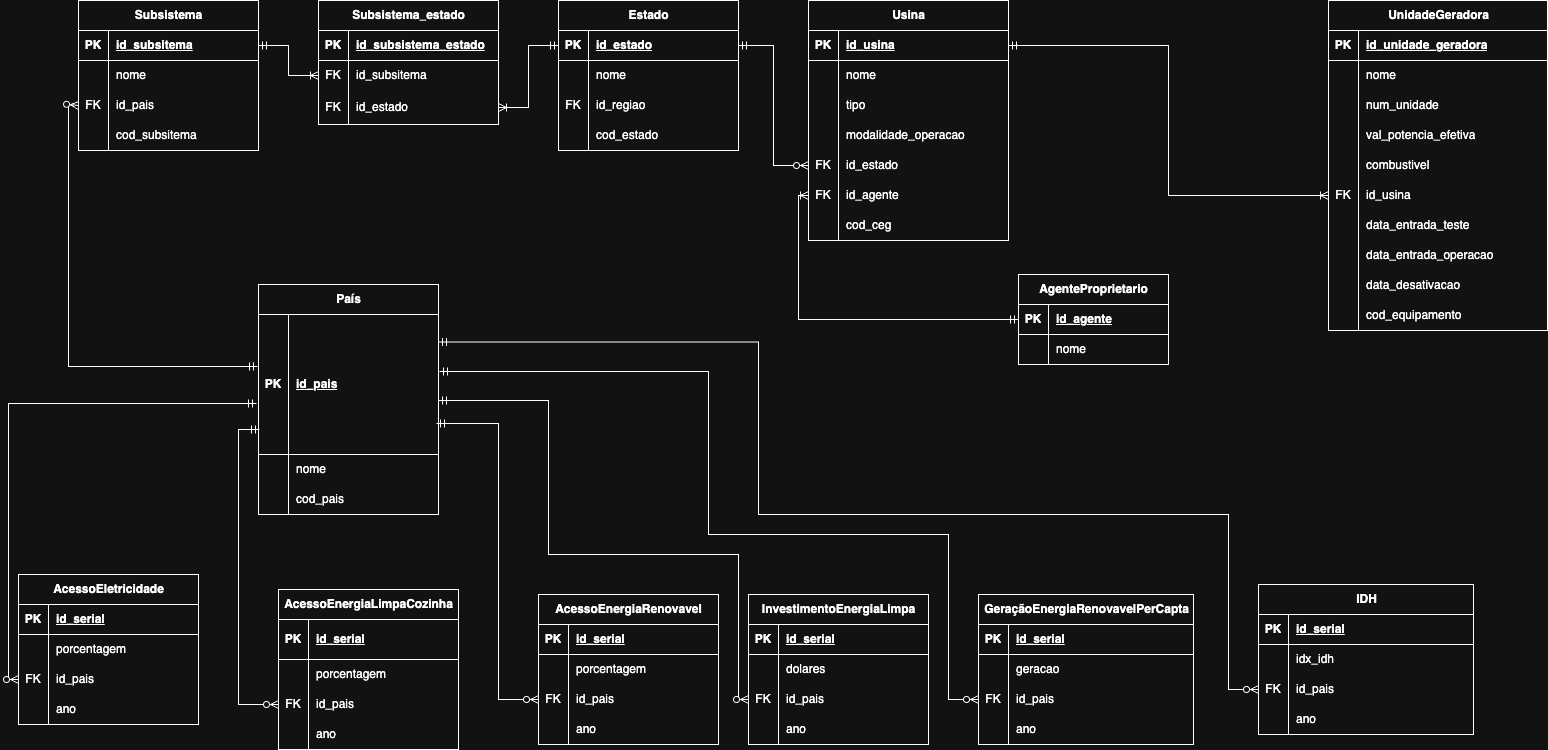
Above: models/Relational_Model.png in Pedrovmc04/MC536-Projeto1 (draw.io), before the change. Source tidied: cells renumbered, new cells last; positions are measured from the earlier drawing's top-left corner, leaving out a move shared by most shapes.
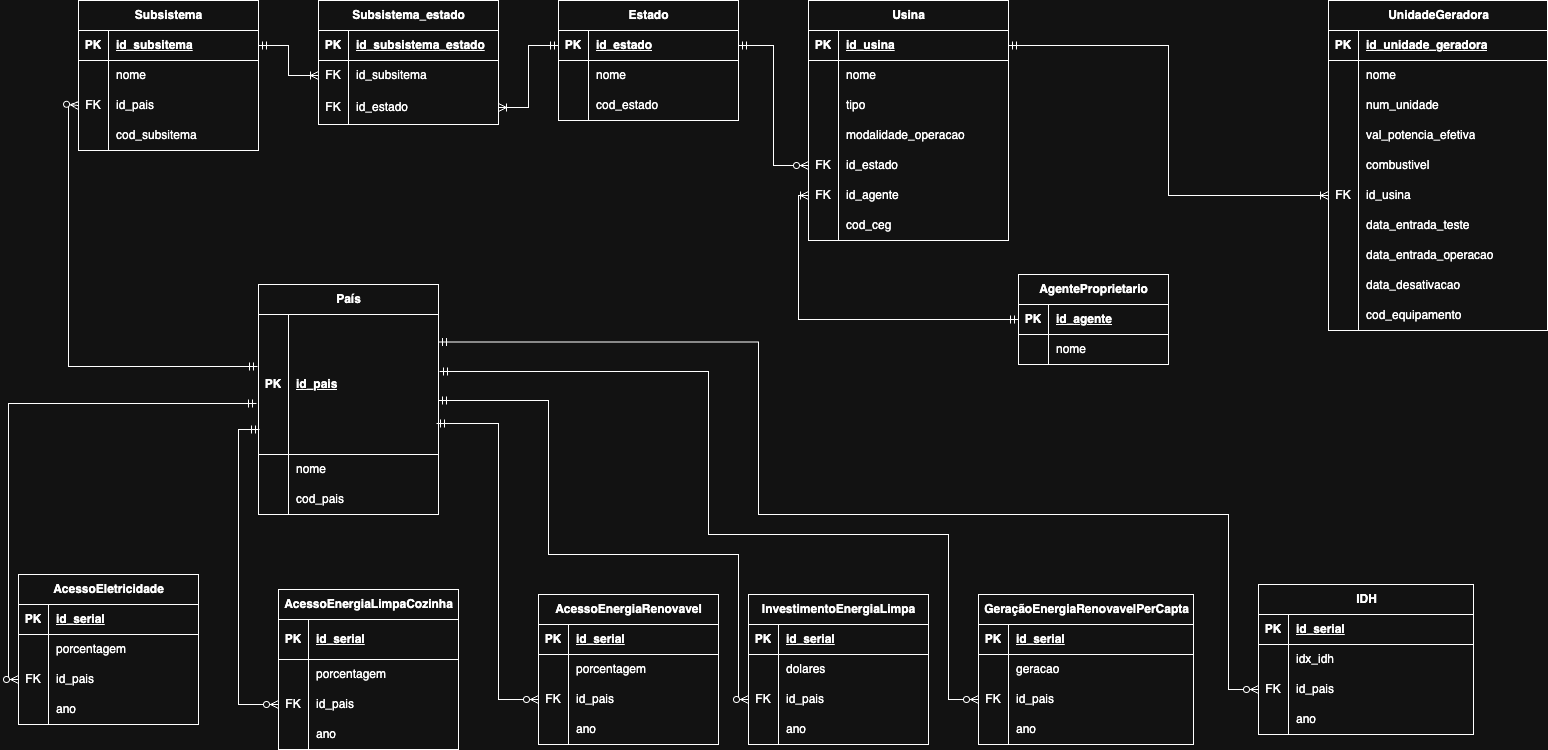
Later version of the same file.

Commit message:
fix relational model

Change to the diagram source:
```diff
@@ -48,7 +48,7 @@
       <mxGeometry x="30" width="150" height="30" as="geometry" />
     </mxCell>
     <mxCell id="17" value="Estado" style="shape=table;startSize=30;rowLines=0;fontStyle=1;align=center;html=1;" parent="1" vertex="1">
-      <mxGeometry x="540" width="180" height="150" as="geometry" />
+      <mxGeometry x="540" width="180" height="120" as="geometry" />
     </mxCell>
     <mxCell id="18" style="shape=tableRow;horizontal=0;startSize=0;swimlaneHead=0;swimlaneBody=0;fillColor=none;points=[[0,0.5],[1,0.5]];portConstraint=eastwest;top=0;left=0;right=0;bottom=1;" parent="17" vertex="1">
       <mxGeometry y="30" width="180" height="30" as="geometry" />
@@ -68,17 +68,8 @@
     <mxCell id="23" value="nome&lt;span style=&quot;white-space: pre;&quot;&gt;&#9;&lt;/span&gt;" style="shape=partialRectangle;fillColor=none;top=0;left=0;bottom=0;right=0;align=left;spacingLeft=6;overflow=hidden;whiteSpace=wrap;html=1;" parent="21" vertex="1">
       <mxGeometry x="30" width="150" height="30" as="geometry" />
     </mxCell>
-    <mxCell id="24" style="shape=tableRow;horizontal=0;startSize=0;swimlaneHead=0;swimlaneBody=0;fillColor=none;top=0;left=0;right=0;bottom=0;" parent="17" vertex="1">
-      <mxGeometry y="90" width="180" height="30" as="geometry" />
-    </mxCell>
-    <mxCell id="25" value="FK" style="shape=partialRectangle;fillColor=none;top=0;left=0;bottom=0;right=0;overflow=hidden;whiteSpace=wrap;html=1;" parent="24" vertex="1">
-      <mxGeometry width="30" height="30" as="geometry" />
-    </mxCell>
-    <mxCell id="26" value="id_regiao" style="shape=partialRectangle;fillColor=none;top=0;left=0;bottom=0;right=0;align=left;spacingLeft=6;overflow=hidden;whiteSpace=wrap;html=1;" parent="24" vertex="1">
-      <mxGeometry x="30" width="150" height="30" as="geometry" />
-    </mxCell>
     <mxCell id="27" style="shape=tableRow;horizontal=0;startSize=0;swimlaneHead=0;swimlaneBody=0;fillColor=none;top=0;left=0;right=0;bottom=0;" parent="17" vertex="1">
-      <mxGeometry y="120" width="180" height="30" as="geometry" />
+      <mxGeometry y="90" width="180" height="30" as="geometry" />
     </mxCell>
     <mxCell id="28" style="shape=partialRectangle;fillColor=none;top=0;left=0;bottom=0;right=0;overflow=hidden;whiteSpace=wrap;html=1;" parent="27" vertex="1">
       <mxGeometry width="30" height="30" as="geometry" />
```
